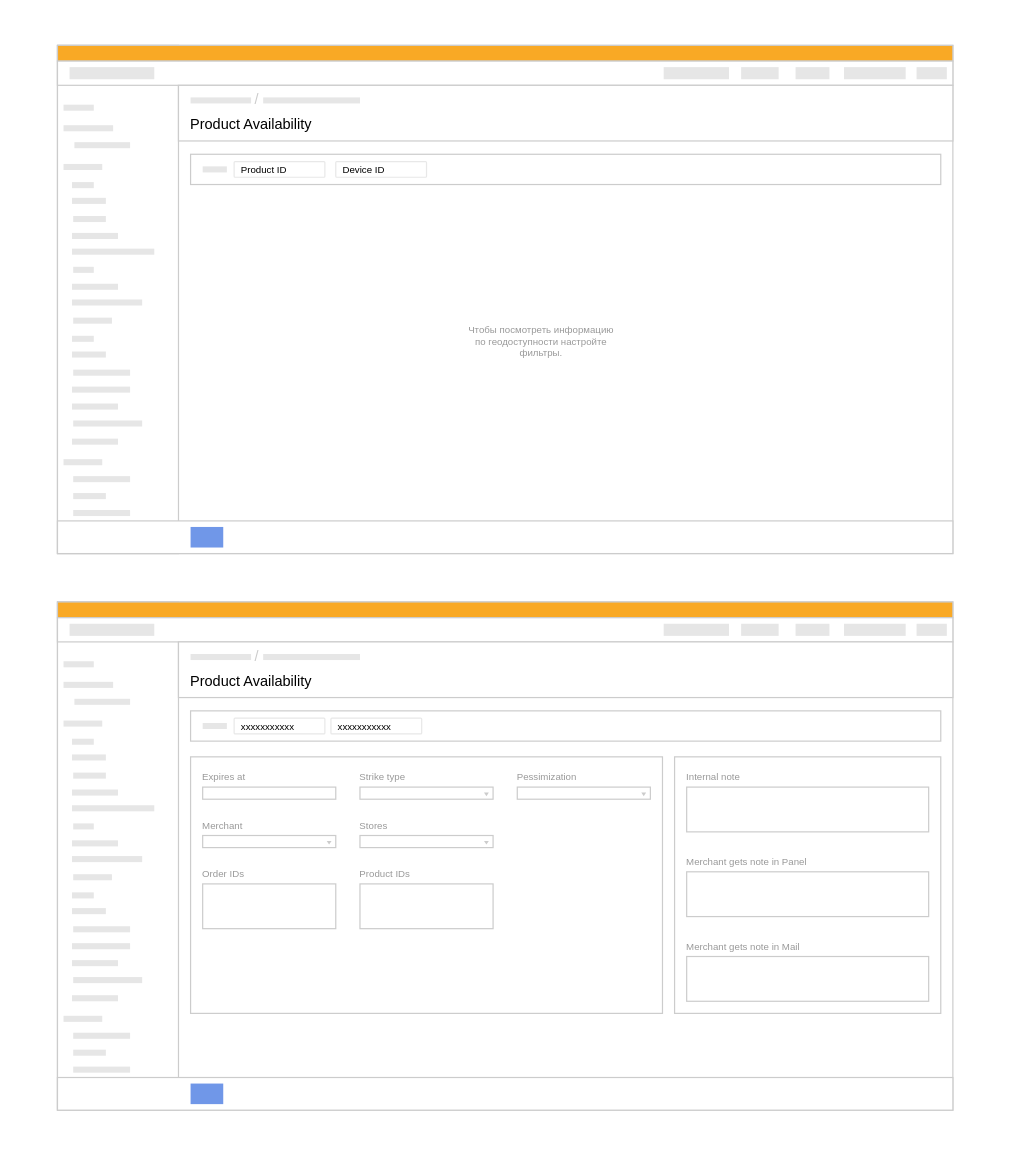
Above: page "Base" (1 of 4) of geo.drawio in ajile/draw-io (draw.io), before the change. Source tidied: cells renumbered, new cells numbered last; positions are measured from the earlier drawing's top-left corner, leaving out a move shared by most shapes. Both pictures are drawn from the tidied source at 121%, with x=0, y=0 at pixel (57, 45).
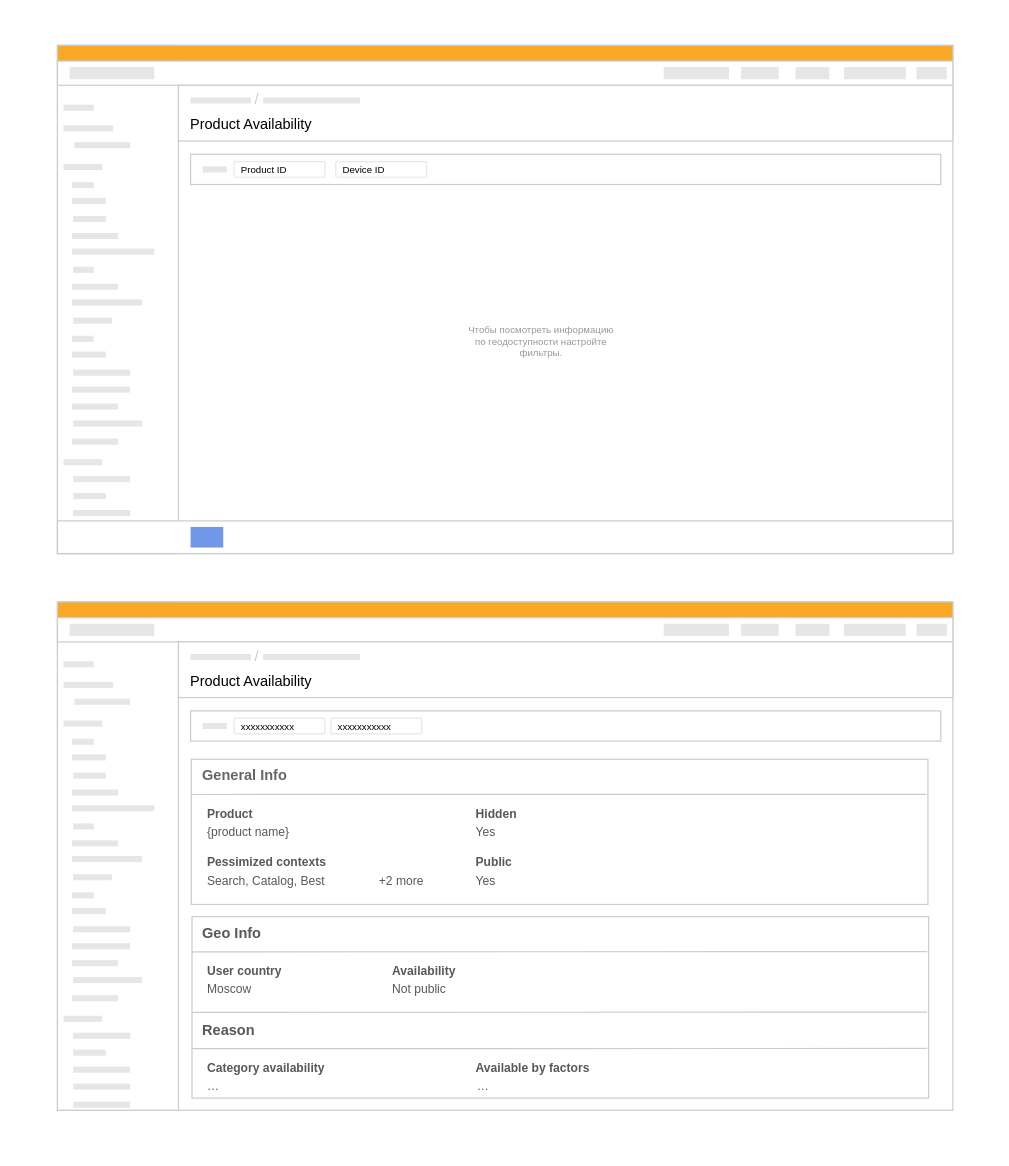
The same page after the edit.

The edit, as a diff of the source:
```diff
@@
+    <mxCell id="138" style="rounded=0;whiteSpace=wrap;html=1;strokeColor=none;strokeWidth=1;fontColor=#CCCCCC;" parent="2" vertex="1">
+      <mxGeometry x="-30" y="-20" width="800" height="930" as="geometry" />
+    </mxCell>
@@
-    <mxCell id="57" style="rounded=0;whiteSpace=wrap;html=1;strokeColor=#CCCCCC;" parent="2" vertex="1">
-      <mxGeometry x="110" y="588" width="390" height="212" as="geometry" />
-    </mxCell>
@@
-    <mxCell id="93" style="group;" parent="2" vertex="1">
-      <mxGeometry y="853" width="740" height="27" as="geometry" />
-    </mxCell>
-    <mxCell id="94" style="rounded=0;whiteSpace=wrap;html=1;strokeColor=#CCCCCC;fontSize=8;fontColor=#999999;fillColor=#FFFFFF;" parent="93" vertex="1">
-      <mxGeometry width="740" height="27" as="geometry" />
-    </mxCell>
-    <mxCell id="95" style="rounded=0;whiteSpace=wrap;html=1;strokeColor=none;fontSize=6;fontColor=#FFFFFF;fillColor=#7097e8;spacing=0;" parent="93" vertex="1">
-      <mxGeometry x="110" y="5" width="27" height="17" as="geometry" />
-    </mxCell>
@@
-    <mxCell id="97" style="group;" parent="2" vertex="1">
-      <mxGeometry x="250" y="600" width="110" height="23" as="geometry" />
-    </mxCell>
-    <mxCell id="98" style="rounded=0;whiteSpace=wrap;html=1;strokeColor=#CCCCCC;fillColor=#FFFFFF;" parent="97" vertex="1">
-      <mxGeometry y="13" width="110" height="10" as="geometry" />
-    </mxCell>
-    <mxCell id="99" value="Strike type" style="text;html=1;strokeColor=none;fillColor=none;align=left;verticalAlign=middle;whiteSpace=wrap;rounded=0;fontColor=#999999;fontSize=8;spacing=0;" parent="97" vertex="1">
-      <mxGeometry width="70" height="10" as="geometry" />
-    </mxCell>
-    <mxCell id="100" style="triangle;whiteSpace=wrap;html=1;strokeColor=none;fontSize=6;fontColor=#FFFFFF;fillColor=#CCCCCC;rotation=90;" parent="97" vertex="1">
-      <mxGeometry x="103" y="17" width="3" height="4" as="geometry" />
-    </mxCell>
-    <mxCell id="101" style="group;" parent="2" vertex="1">
-      <mxGeometry x="250" y="640" width="110" height="24" as="geometry" />
-    </mxCell>
-    <mxCell id="102" style="rounded=0;whiteSpace=wrap;html=1;strokeColor=#CCCCCC;fillColor=#FFFFFF;" parent="101" vertex="1">
-      <mxGeometry y="13" width="110" height="10" as="geometry" />
-    </mxCell>
-    <mxCell id="103" value="Stores" style="text;html=1;strokeColor=none;fillColor=none;align=left;verticalAlign=middle;whiteSpace=wrap;rounded=0;fontColor=#999999;fontSize=8;spacing=0;" parent="101" vertex="1">
-      <mxGeometry width="70" height="10" as="geometry" />
-    </mxCell>
-    <mxCell id="104" style="triangle;whiteSpace=wrap;html=1;strokeColor=none;fontSize=6;fontColor=#FFFFFF;fillColor=#CCCCCC;rotation=90;" parent="101" vertex="1">
-      <mxGeometry x="103" y="17" width="3" height="4" as="geometry" />
-    </mxCell>
-    <mxCell id="105" style="group;" parent="2" vertex="1">
-      <mxGeometry x="120" y="640" width="110" height="24" as="geometry" />
-    </mxCell>
-    <mxCell id="106" style="rounded=0;whiteSpace=wrap;html=1;strokeColor=#CCCCCC;fillColor=#FFFFFF;" parent="105" vertex="1">
-      <mxGeometry y="13" width="110" height="10" as="geometry" />
-    </mxCell>
-    <mxCell id="107" value="Merchant" style="text;html=1;strokeColor=none;fillColor=none;align=left;verticalAlign=middle;whiteSpace=wrap;rounded=0;fontColor=#999999;fontSize=8;spacing=0;" parent="105" vertex="1">
-      <mxGeometry width="70" height="10" as="geometry" />
-    </mxCell>
-    <mxCell id="108" style="triangle;whiteSpace=wrap;html=1;strokeColor=none;fontSize=6;fontColor=#FFFFFF;fillColor=#CCCCCC;rotation=90;" parent="105" vertex="1">
-      <mxGeometry x="103" y="17" width="3" height="4" as="geometry" />
-    </mxCell>
-    <mxCell id="109" style="group;" parent="2" vertex="1">
-      <mxGeometry x="120" y="600" width="110" height="23" as="geometry" />
-    </mxCell>
-    <mxCell id="110" style="rounded=0;whiteSpace=wrap;html=1;strokeColor=#CCCCCC;fillColor=#FFFFFF;" parent="109" vertex="1">
-      <mxGeometry y="13" width="110" height="10" as="geometry" />
-    </mxCell>
-    <mxCell id="111" value="Expires at" style="text;html=1;strokeColor=none;fillColor=none;align=left;verticalAlign=middle;whiteSpace=wrap;rounded=0;fontColor=#999999;fontSize=8;spacing=0;" parent="109" vertex="1">
-      <mxGeometry width="70" height="10" as="geometry" />
-    </mxCell>
-    <mxCell id="112" style="group;" parent="2" vertex="1">
-      <mxGeometry x="380" y="600" width="110" height="24" as="geometry" />
-    </mxCell>
-    <mxCell id="113" style="rounded=0;whiteSpace=wrap;html=1;strokeColor=#CCCCCC;fillColor=#FFFFFF;" parent="112" vertex="1">
-      <mxGeometry y="13" width="110" height="10" as="geometry" />
-    </mxCell>
-    <mxCell id="114" value="Pessimization" style="text;html=1;strokeColor=none;fillColor=none;align=left;verticalAlign=middle;whiteSpace=wrap;rounded=0;fontColor=#999999;fontSize=8;spacing=0;" parent="112" vertex="1">
-      <mxGeometry width="70" height="10" as="geometry" />
-    </mxCell>
-    <mxCell id="115" style="triangle;whiteSpace=wrap;html=1;strokeColor=none;fontSize=6;fontColor=#FFFFFF;fillColor=#CCCCCC;rotation=90;" parent="112" vertex="1">
-      <mxGeometry x="103" y="17" width="3" height="4" as="geometry" />
-    </mxCell>
-    <mxCell id="116" style="rounded=0;whiteSpace=wrap;html=1;strokeColor=#CCCCCC;" parent="2" vertex="1">
-      <mxGeometry x="510" y="588" width="220" height="212" as="geometry" />
-    </mxCell>
-    <mxCell id="117" style="group;" parent="2" vertex="1">
-      <mxGeometry x="520" y="600" width="200" height="50" as="geometry" />
-    </mxCell>
-    <mxCell id="118" style="rounded=0;whiteSpace=wrap;html=1;strokeColor=#CCCCCC;fillColor=#FFFFFF;" parent="117" vertex="1">
-      <mxGeometry y="13" width="200" height="37" as="geometry" />
-    </mxCell>
-    <mxCell id="119" value="Internal note" style="text;html=1;strokeColor=none;fillColor=none;align=left;verticalAlign=middle;whiteSpace=wrap;rounded=0;fontColor=#999999;fontSize=8;spacing=0;" parent="117" vertex="1">
-      <mxGeometry width="70" height="10" as="geometry" />
-    </mxCell>
-    <mxCell id="120" style="group;" parent="2" vertex="1">
-      <mxGeometry x="520" y="670" width="200" height="50" as="geometry" />
-    </mxCell>
-    <mxCell id="121" style="rounded=0;whiteSpace=wrap;html=1;strokeColor=#CCCCCC;fillColor=#FFFFFF;" parent="120" vertex="1">
-      <mxGeometry y="13" width="200" height="37" as="geometry" />
-    </mxCell>
-    <mxCell id="122" value="Merchant gets note in Panel" style="text;html=1;strokeColor=none;fillColor=none;align=left;verticalAlign=middle;whiteSpace=wrap;rounded=0;fontColor=#999999;fontSize=8;spacing=0;" parent="120" vertex="1">
-      <mxGeometry width="110" height="10" as="geometry" />
-    </mxCell>
-    <mxCell id="123" style="group;" parent="2" vertex="1">
-      <mxGeometry x="520" y="740" width="200" height="50" as="geometry" />
-    </mxCell>
-    <mxCell id="124" style="rounded=0;whiteSpace=wrap;html=1;strokeColor=#CCCCCC;fillColor=#FFFFFF;" parent="123" vertex="1">
-      <mxGeometry y="13" width="200" height="37" as="geometry" />
-    </mxCell>
-    <mxCell id="125" value="Merchant gets note in Mail" style="text;html=1;strokeColor=none;fillColor=none;align=left;verticalAlign=middle;whiteSpace=wrap;rounded=0;fontColor=#999999;fontSize=8;spacing=0;" parent="123" vertex="1">
-      <mxGeometry width="200" height="10" as="geometry" />
-    </mxCell>
-    <mxCell id="126" style="group;" parent="2" vertex="1">
-      <mxGeometry x="250" y="680" width="110" height="50" as="geometry" />
-    </mxCell>
-    <mxCell id="127" style="rounded=0;whiteSpace=wrap;html=1;strokeColor=#CCCCCC;fillColor=#FFFFFF;" parent="126" vertex="1">
-      <mxGeometry y="13" width="110" height="37" as="geometry" />
-    </mxCell>
-    <mxCell id="128" value="Product IDs" style="text;html=1;strokeColor=none;fillColor=none;align=left;verticalAlign=middle;whiteSpace=wrap;rounded=0;fontColor=#999999;fontSize=8;spacing=0;" parent="126" vertex="1">
-      <mxGeometry width="70" height="10" as="geometry" />
-    </mxCell>
-    <mxCell id="129" style="group;" parent="2" vertex="1">
-      <mxGeometry x="120" y="680" width="110" height="50" as="geometry" />
-    </mxCell>
-    <mxCell id="130" style="rounded=0;whiteSpace=wrap;html=1;strokeColor=#CCCCCC;fillColor=#FFFFFF;" parent="129" vertex="1">
-      <mxGeometry y="13" width="110" height="37" as="geometry" />
-    </mxCell>
-    <mxCell id="131" value="Order IDs" style="text;html=1;strokeColor=none;fillColor=none;align=left;verticalAlign=middle;whiteSpace=wrap;rounded=0;fontColor=#999999;fontSize=8;spacing=0;" parent="129" vertex="1">
-      <mxGeometry width="70" height="10" as="geometry" />
-    </mxCell>
@@
+    <mxCell id="139" style="rounded=0;whiteSpace=wrap;html=1;fillColor=#ffffff;fontSize=14;fontColor=#004C99;align=left;spacing=0;arcSize=9;absoluteArcSize=1;perimeterSpacing=0;strokeColor=#CCCCCC;strokeWidth=1;" parent="2" vertex="1">
+      <mxGeometry x="110.6" y="590" width="608.8" height="120" as="geometry" />
+    </mxCell>
+    <mxCell id="140" value="General Info" style="text;html=1;strokeColor=none;fillColor=none;align=left;verticalAlign=middle;whiteSpace=wrap;rounded=0;fontSize=12;fontColor=#666666;fontStyle=1;" parent="2" vertex="1">
+      <mxGeometry x="117.5" y="594" width="228.3" height="20" as="geometry" />
+    </mxCell>
+    <mxCell id="141" style="endArrow=none;html=1;fontSize=12;fontColor=#CCCCCC;align=left;exitX=-0.001;exitY=0.157;exitDx=0;exitDy=0;exitPerimeter=0;entryX=0.998;entryY=0.156;entryDx=0;entryDy=0;entryPerimeter=0;strokeColor=#CCCCCC;strokeWidth=1;" parent="2" edge="1">
+      <mxGeometry x="1800" y="630" as="geometry">
+        <mxPoint x="110" y="619.1" as="sourcePoint" />
+        <mxPoint x="718.2" y="619" as="targetPoint" />
+      </mxGeometry>
+    </mxCell>
+    <mxCell id="142" value="Product" style="text;html=1;strokeColor=none;fillColor=none;align=left;verticalAlign=middle;whiteSpace=wrap;rounded=0;fontSize=10;spacing=0;fontColor=#59565C;fontStyle=1;" parent="2" vertex="1">
+      <mxGeometry x="124.4" y="630" width="55.3" height="10" as="geometry" />
+    </mxCell>
+    <mxCell id="143" value="{product name}" style="text;html=1;strokeColor=none;fillColor=none;align=left;verticalAlign=middle;whiteSpace=wrap;rounded=0;fontSize=10;spacing=0;fontColor=#59565C;" parent="2" vertex="1">
+      <mxGeometry x="124.4" y="645" width="96.9" height="10" as="geometry" />
+    </mxCell>
+    <mxCell id="144" value="Hidden" style="text;html=1;strokeColor=none;fillColor=none;align=left;verticalAlign=middle;whiteSpace=wrap;rounded=0;fontSize=10;spacing=0;fontColor=#59565C;fontStyle=1;" parent="2" vertex="1">
+      <mxGeometry x="345.8" y="630" width="55.3" height="10" as="geometry" />
+    </mxCell>
+    <mxCell id="145" value="Yes" style="text;html=1;strokeColor=none;fillColor=none;align=left;verticalAlign=middle;whiteSpace=wrap;rounded=0;fontSize=10;spacing=0;fontColor=#59565C;" parent="2" vertex="1">
+      <mxGeometry x="345.8" y="645" width="27.7" height="10" as="geometry" />
+    </mxCell>
+    <mxCell id="146" value="Public" style="text;html=1;strokeColor=none;fillColor=none;align=left;verticalAlign=middle;whiteSpace=wrap;rounded=0;fontSize=10;spacing=0;fontColor=#59565C;fontStyle=1;" parent="2" vertex="1">
+      <mxGeometry x="345.8" y="670" width="55.3" height="10" as="geometry" />
+    </mxCell>
+    <mxCell id="147" value="Yes" style="text;html=1;strokeColor=none;fillColor=none;align=left;verticalAlign=middle;whiteSpace=wrap;rounded=0;fontSize=10;spacing=0;fontColor=#59565C;" parent="2" vertex="1">
+      <mxGeometry x="345.8" y="685" width="27.7" height="10" as="geometry" />
+    </mxCell>
+    <mxCell id="148" value="Pessimized contexts" style="text;html=1;strokeColor=none;fillColor=none;align=left;verticalAlign=middle;whiteSpace=wrap;rounded=0;fontSize=10;spacing=0;fontColor=#59565C;fontStyle=1;" parent="2" vertex="1">
+      <mxGeometry x="124.4" y="670" width="145.3" height="10" as="geometry" />
+    </mxCell>
+    <mxCell id="149" value="&lt;div&gt;Search,&amp;nbsp;Catalog,&amp;nbsp;Best&lt;/div&gt;" style="text;html=1;strokeColor=none;fillColor=none;align=left;verticalAlign=middle;whiteSpace=wrap;rounded=0;fontSize=10;spacing=0;fontColor=#59565C;" parent="2" vertex="1">
+      <mxGeometry x="124.4" y="685" width="131.4" height="10" as="geometry" />
+    </mxCell>
+    <mxCell id="150" value="&lt;span style=&quot;&quot;&gt;+2 more&lt;/span&gt;" style="text;html=1;fillColor=none;align=left;verticalAlign=middle;whiteSpace=wrap;rounded=0;fontSize=10;spacing=0;fontColor=#59565C;dashed=1;" parent="2" vertex="1">
+      <mxGeometry x="265.6" y="685" width="48.4" height="10" as="geometry" />
+    </mxCell>
+    <mxCell id="151" style="rounded=0;whiteSpace=wrap;html=1;fillColor=#ffffff;fontSize=14;fontColor=#004C99;align=left;spacing=0;arcSize=9;absoluteArcSize=1;perimeterSpacing=0;strokeColor=#CCCCCC;strokeWidth=1;" parent="2" vertex="1">
+      <mxGeometry x="111.2" y="720" width="608.8" height="150" as="geometry" />
+    </mxCell>
+    <mxCell id="152" value="Geo Info" style="text;html=1;strokeColor=none;fillColor=none;align=left;verticalAlign=middle;whiteSpace=wrap;rounded=0;fontSize=12;fontColor=#59565C;fontStyle=1;" parent="2" vertex="1">
+      <mxGeometry x="118.1" y="724" width="228.3" height="20" as="geometry" />
+    </mxCell>
+    <mxCell id="153" style="endArrow=none;html=1;fontSize=12;fontColor=#CCCCCC;align=left;exitX=-0.001;exitY=0.157;exitDx=0;exitDy=0;exitPerimeter=0;entryX=0.998;entryY=0.156;entryDx=0;entryDy=0;entryPerimeter=0;strokeColor=#CCCCCC;strokeWidth=1;" parent="2" edge="1">
+      <mxGeometry x="1800.6" y="760" as="geometry">
+        <mxPoint x="110.6" y="749.1" as="sourcePoint" />
+        <mxPoint x="718.8" y="749" as="targetPoint" />
+      </mxGeometry>
+    </mxCell>
+    <mxCell id="154" value="User country" style="text;html=1;strokeColor=none;fillColor=none;align=left;verticalAlign=middle;whiteSpace=wrap;rounded=0;fontSize=10;spacing=0;fontColor=#59565C;fontStyle=1;" parent="2" vertex="1">
+      <mxGeometry x="124.4" y="760" width="145.3" height="10" as="geometry" />
+    </mxCell>
+    <mxCell id="155" value="&lt;div&gt;Moscow&lt;/div&gt;" style="text;html=1;strokeColor=none;fillColor=none;align=left;verticalAlign=middle;whiteSpace=wrap;rounded=0;fontSize=10;spacing=0;fontColor=#59565C;" parent="2" vertex="1">
+      <mxGeometry x="124.4" y="775" width="131.4" height="10" as="geometry" />
+    </mxCell>
+    <mxCell id="156" value="Availability" style="text;html=1;strokeColor=none;fillColor=none;align=left;verticalAlign=middle;whiteSpace=wrap;rounded=0;fontSize=10;spacing=0;fontColor=#59565C;fontStyle=1;" parent="2" vertex="1">
+      <mxGeometry x="276.6" y="760" width="145.3" height="10" as="geometry" />
+    </mxCell>
+    <mxCell id="157" value="&lt;div&gt;Not public&lt;/div&gt;" style="text;html=1;strokeColor=none;fillColor=none;align=left;verticalAlign=middle;whiteSpace=wrap;rounded=0;fontSize=10;spacing=0;fontColor=#59565C;" parent="2" vertex="1">
+      <mxGeometry x="276.6" y="775" width="131.4" height="10" as="geometry" />
+    </mxCell>
+    <mxCell id="158" value="Category availability" style="text;html=1;strokeColor=none;fillColor=none;align=left;verticalAlign=middle;whiteSpace=wrap;rounded=0;fontSize=10;spacing=0;fontColor=#59565C;fontStyle=1;" parent="2" vertex="1">
+      <mxGeometry x="124.4" y="840" width="145.3" height="10" as="geometry" />
+    </mxCell>
+    <mxCell id="159" value="Available by factors" style="text;html=1;strokeColor=none;fillColor=none;align=left;verticalAlign=middle;whiteSpace=wrap;rounded=0;fontSize=10;spacing=0;fontColor=#59565C;fontStyle=1;" parent="2" vertex="1">
+      <mxGeometry x="346.4" y="840" width="145.3" height="10" as="geometry" />
+    </mxCell>
+    <mxCell id="160" value="Reason" style="text;html=1;strokeColor=none;fillColor=none;align=left;verticalAlign=middle;whiteSpace=wrap;rounded=0;fontSize=12;fontColor=#59565C;fontStyle=1;" parent="2" vertex="1">
+      <mxGeometry x="118.1" y="804" width="228.3" height="20" as="geometry" />
+    </mxCell>
+    <mxCell id="161" style="endArrow=none;html=1;fontSize=12;fontColor=#CCCCCC;align=left;exitX=-0.001;exitY=0.157;exitDx=0;exitDy=0;exitPerimeter=0;entryX=0.998;entryY=0.156;entryDx=0;entryDy=0;entryPerimeter=0;strokeColor=#CCCCCC;strokeWidth=1;" parent="2" edge="1">
+      <mxGeometry x="1800.6" y="840" as="geometry">
+        <mxPoint x="110.6" y="829.1" as="sourcePoint" />
+        <mxPoint x="718.8" y="829" as="targetPoint" />
+      </mxGeometry>
+    </mxCell>
+    <mxCell id="162" style="endArrow=none;html=1;fontSize=12;fontColor=#CCCCCC;align=left;exitX=-0.001;exitY=0.157;exitDx=0;exitDy=0;exitPerimeter=0;entryX=0.998;entryY=0.156;entryDx=0;entryDy=0;entryPerimeter=0;strokeColor=#CCCCCC;strokeWidth=1;" parent="2" edge="1">
+      <mxGeometry x="1800.6" y="810" as="geometry">
+        <mxPoint x="110.6" y="799.1" as="sourcePoint" />
+        <mxPoint x="718.8" y="799" as="targetPoint" />
+      </mxGeometry>
+    </mxCell>
+    <mxCell id="163" value="&lt;div&gt;…&lt;/div&gt;" style="text;html=1;strokeColor=none;fillColor=none;align=left;verticalAlign=middle;whiteSpace=wrap;rounded=0;fontSize=10;spacing=0;fontColor=#59565C;" parent="2" vertex="1">
+      <mxGeometry x="124.4" y="855" width="131.4" height="10" as="geometry" />
+    </mxCell>
+    <mxCell id="164" value="&lt;div&gt;…&lt;/div&gt;" style="text;html=1;strokeColor=none;fillColor=none;align=left;verticalAlign=middle;whiteSpace=wrap;rounded=0;fontSize=10;spacing=0;fontColor=#59565C;" parent="2" vertex="1">
+      <mxGeometry x="346.6" y="855" width="131.4" height="10" as="geometry" />
+    </mxCell>
```
